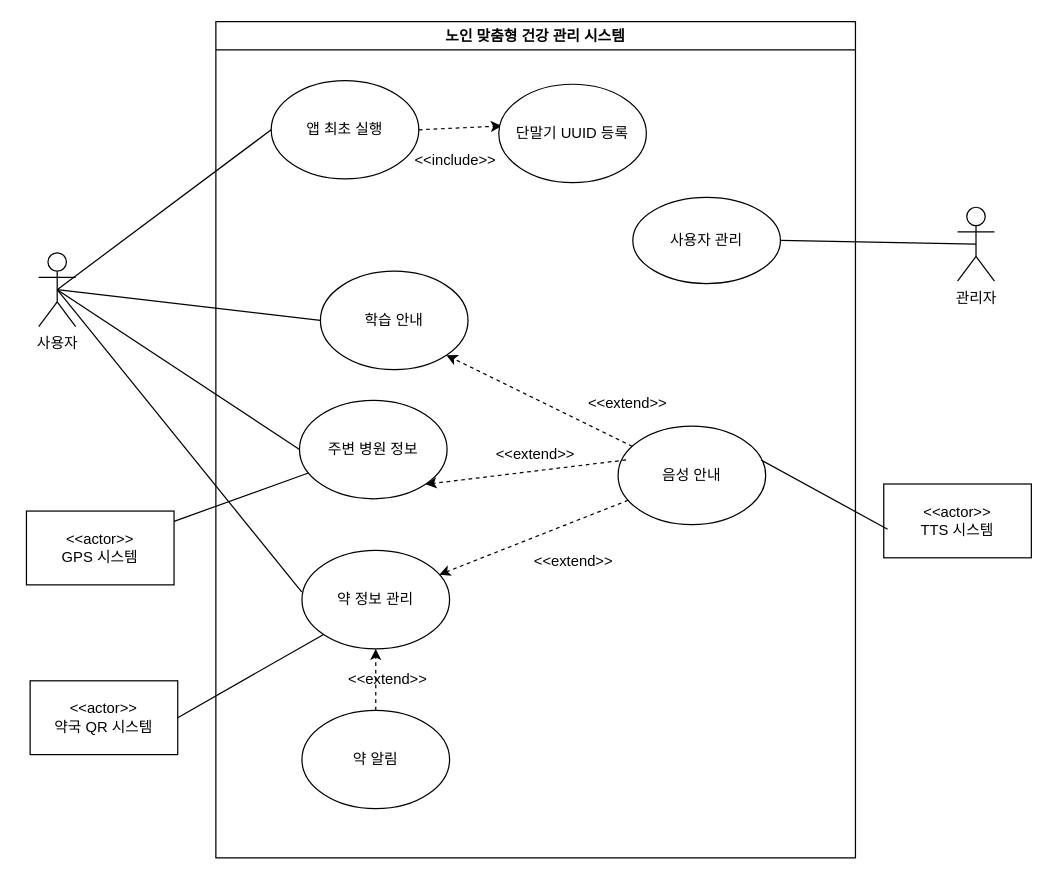
Before: Untitled Diagram.drawio in wnthsk/sejujun, a draw.io diagram. Source tidied: cells renumbered, new cells numbered last; positions are measured from the earlier drawing's top-left corner, leaving out a move shared by most shapes. Both pictures are drawn from the tidied source at 123%, with x=0, y=0 at pixel (26, 21).
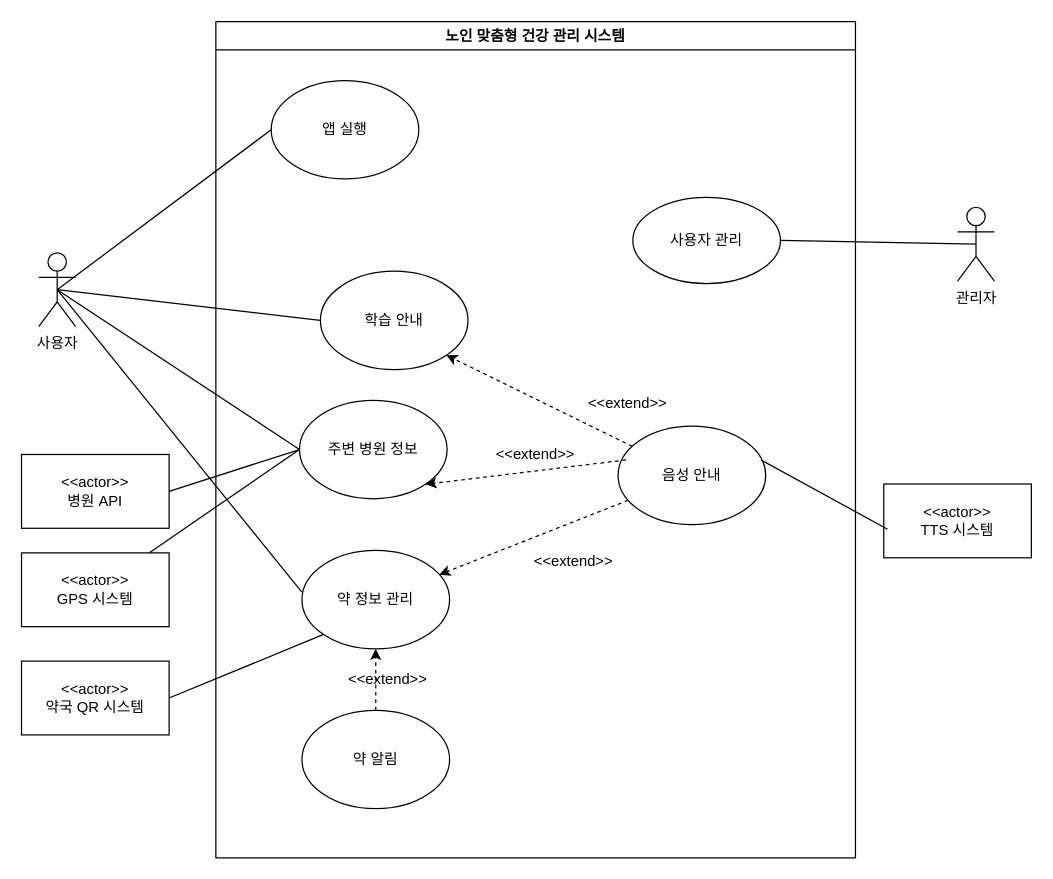
Above is the later version.

The change refers to these unchanged cells:
```xml
<mxCell id="2" value="노인 맞춤형 건강 관리 시스템" style="swimlane;whiteSpace=wrap;html=1;" parent="1" vertex="1">
  <mxGeometry x="154" width="520" height="680" as="geometry" />
</mxCell>
<mxCell id="6" value="주변 병원 정보" style="ellipse;whiteSpace=wrap;html=1;" parent="2" vertex="1">
  <mxGeometry x="68" y="308" width="120" height="80" as="geometry" />
</mxCell>
```

What changed in the source:
```diff
@@
-    <mxCell id="17" value="&amp;lt;&amp;lt;include&amp;gt;&amp;gt;" style="text;html=1;align=center;verticalAlign=middle;whiteSpace=wrap;rounded=0;" parent="2" vertex="1">
-      <mxGeometry x="165" y="98" width="60" height="30" as="geometry" />
-    </mxCell>
-    <mxCell id="18" value="앱 최초 실행" style="ellipse;whiteSpace=wrap;html=1;" parent="2" vertex="1">
+    <mxCell id="18" value="앱 실행" style="ellipse;whiteSpace=wrap;html=1;" parent="2" vertex="1">
       <mxGeometry x="45" y="48" width="120" height="80" as="geometry" />
     </mxCell>
-    <mxCell id="19" style="endArrow=classic;html=1;rounded=0;strokeColor=default;curved=0;dashed=1;exitX=1;exitY=0.5;exitDx=0;exitDy=0;entryX=0.021;entryY=0.424;entryDx=0;entryDy=0;entryPerimeter=0;" parent="2" edge="1" source="18" target="20">
-      <mxGeometry relative="1" as="geometry" />
-    </mxCell>
-    <mxCell id="20" value="단말기 UUID 등록" style="ellipse;whiteSpace=wrap;html=1;" parent="2" vertex="1">
-      <mxGeometry x="230" y="51" width="120" height="80" as="geometry" />
-    </mxCell>
@@
     <mxCell id="30" value="&amp;lt;&amp;lt;actor&amp;gt;&amp;gt;&lt;div&gt;&lt;span style=&quot;background-color: transparent; color: light-dark(rgb(0, 0, 0), rgb(255, 255, 255));&quot;&gt;GPS 시스템&lt;/span&gt;&lt;/div&gt;" style="rounded=0;whiteSpace=wrap;html=1;" parent="1" vertex="1">
-      <mxGeometry y="398" width="120" height="60" as="geometry" />
+      <mxGeometry x="-4" y="432" width="120" height="60" as="geometry" />
     </mxCell>
-    <mxCell id="31" style="endArrow=none;html=1;rounded=0;" parent="1" edge="1" source="30" target="6">
+    <mxCell id="31" style="endArrow=none;html=1;rounded=0;entryX=0;entryY=0.5;entryDx=0;entryDy=0;" parent="1" edge="1" source="30" target="6">
       <mxGeometry relative="1" as="geometry" />
     </mxCell>
     <mxCell id="32" value="&amp;lt;&amp;lt;actor&amp;gt;&amp;gt;&lt;div&gt;약국 QR 시스템&lt;/div&gt;" style="rounded=0;whiteSpace=wrap;html=1;" parent="1" vertex="1">
-      <mxGeometry x="3" y="536" width="120" height="60" as="geometry" />
+      <mxGeometry x="-4" y="520" width="120" height="60" as="geometry" />
     </mxCell>
@@
+    <mxCell id="34" value="&amp;lt;&amp;lt;actor&amp;gt;&amp;gt;&lt;div&gt;병원 API&lt;/div&gt;" style="rounded=0;whiteSpace=wrap;html=1;" parent="1" vertex="1">
+      <mxGeometry x="-4" y="352" width="120" height="60" as="geometry" />
+    </mxCell>
+    <mxCell id="35" style="endArrow=none;html=1;rounded=0;entryX=0;entryY=0.5;entryDx=0;entryDy=0;exitX=1;exitY=0.5;exitDx=0;exitDy=0;" parent="1" edge="1" source="34" target="6">
+      <mxGeometry relative="1" as="geometry" />
+    </mxCell>
```
